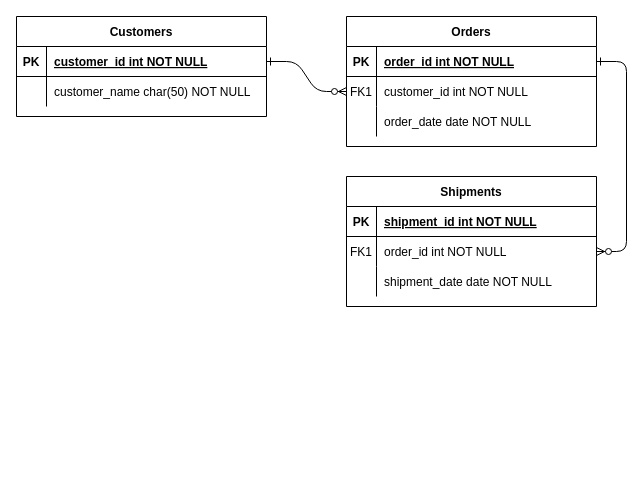
KBR0551/IPL-data-Analysis-using-Databricks-SQL keeps this draw.io diagram as data/Untitled Diagram.drawio. Above is the earlier version. Source tidied: cells renumbered, new cells numbered last; positions are measured from the earlier drawing's top-left corner, leaving out a move shared by most shapes. Both pictures are drawn from the tidied source at 100%, with x=0, y=0 at pixel (16, 16).
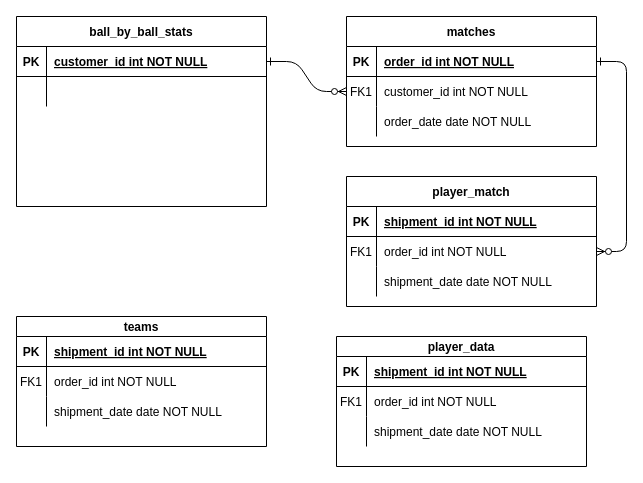
The same page after the edit.

The change refers to these unchanged cells:
```xml
<mxCell id="28" style="shape=partialRectangle;fillColor=none;top=0;left=0;right=0;bottom=0;" parent="24" vertex="1">
  <mxGeometry y="60" width="250" height="30" as="geometry" />
</mxCell>
```

The edit, as a diff of the source:
```diff
@@
-    <mxCell id="4" value="Orders" style="shape=table;startSize=30;childLayout=tableLayout;rowLines=0;fontStyle=1;align=center;" parent="1" vertex="1">
+    <mxCell id="4" value="matches" style="shape=table;startSize=30;childLayout=tableLayout;rowLines=0;fontStyle=1;align=center;" parent="1" vertex="1">
       <mxGeometry x="330" width="250" height="130" as="geometry" />
     </mxCell>
@@
-    <mxCell id="14" value="Shipments" style="shape=table;startSize=30;childLayout=tableLayout;rowLines=0;fontStyle=1;align=center;" parent="1" vertex="1">
+    <mxCell id="14" value="player_match" style="shape=table;startSize=30;childLayout=tableLayout;rowLines=0;fontStyle=1;align=center;" parent="1" vertex="1">
       <mxGeometry x="330" y="160" width="250" height="130" as="geometry" />
     </mxCell>
@@
-    <mxCell id="24" value="Customers" style="shape=table;startSize=30;childLayout=tableLayout;rowLines=0;fontStyle=1;align=center;" parent="1" vertex="1">
-      <mxGeometry width="250" height="100" as="geometry" />
+    <mxCell id="24" value="ball_by_ball_stats" style="shape=table;startSize=30;childLayout=tableLayout;rowLines=0;fontStyle=1;align=center;" parent="1" vertex="1">
+      <mxGeometry width="250" height="190" as="geometry" />
     </mxCell>
@@
-    <mxCell id="30" value="customer_name char(50) NOT NULL" style="shape=partialRectangle;overflow=hidden;fillColor=none;top=0;left=0;bottom=0;right=0;align=left;spacingLeft=6;" parent="28" vertex="1">
+    <mxCell id="30" style="shape=partialRectangle;overflow=hidden;fillColor=none;top=0;left=0;bottom=0;right=0;align=left;spacingLeft=6;" parent="28" vertex="1">
       <mxGeometry x="30" width="220" height="30" as="geometry" />
     </mxCell>
+    <mxCell id="31" value="player_data" style="shape=table;startSize=20;childLayout=tableLayout;rowLines=0;fontStyle=1;align=center;" parent="1" vertex="1">
+      <mxGeometry x="320" y="320" width="250" height="130" as="geometry" />
+    </mxCell>
+    <mxCell id="32" style="shape=partialRectangle;fillColor=none;top=0;left=0;right=0;bottom=1;" parent="31" vertex="1">
+      <mxGeometry y="20" width="250" height="30" as="geometry" />
+    </mxCell>
+    <mxCell id="33" value="PK" style="shape=partialRectangle;overflow=hidden;fillColor=none;top=0;left=0;bottom=0;right=0;fontStyle=1;" parent="32" vertex="1">
+      <mxGeometry width="30" height="30" as="geometry" />
+    </mxCell>
+    <mxCell id="34" value="shipment_id int NOT NULL " style="shape=partialRectangle;overflow=hidden;fillColor=none;top=0;left=0;bottom=0;right=0;align=left;spacingLeft=6;fontStyle=5;" parent="32" vertex="1">
+      <mxGeometry x="30" width="220" height="30" as="geometry" />
+    </mxCell>
+    <mxCell id="35" style="shape=partialRectangle;fillColor=none;top=0;left=0;right=0;bottom=0;" parent="31" vertex="1">
+      <mxGeometry y="50" width="250" height="30" as="geometry" />
+    </mxCell>
+    <mxCell id="36" value="FK1" style="shape=partialRectangle;overflow=hidden;fillColor=none;top=0;left=0;bottom=0;right=0;" parent="35" vertex="1">
+      <mxGeometry width="30" height="30" as="geometry" />
+    </mxCell>
+    <mxCell id="37" value="order_id int NOT NULL" style="shape=partialRectangle;overflow=hidden;fillColor=none;top=0;left=0;bottom=0;right=0;align=left;spacingLeft=6;" parent="35" vertex="1">
+      <mxGeometry x="30" width="220" height="30" as="geometry" />
+    </mxCell>
+    <mxCell id="38" style="shape=partialRectangle;fillColor=none;top=0;left=0;right=0;bottom=0;" parent="31" vertex="1">
+      <mxGeometry y="80" width="250" height="30" as="geometry" />
+    </mxCell>
+    <mxCell id="39" style="shape=partialRectangle;overflow=hidden;fillColor=none;top=0;left=0;bottom=0;right=0;" parent="38" vertex="1">
+      <mxGeometry width="30" height="30" as="geometry" />
+    </mxCell>
+    <mxCell id="40" value="shipment_date date NOT NULL" style="shape=partialRectangle;overflow=hidden;fillColor=none;top=0;left=0;bottom=0;right=0;align=left;spacingLeft=6;" parent="38" vertex="1">
+      <mxGeometry x="30" width="220" height="30" as="geometry" />
+    </mxCell>
+    <mxCell id="41" value="teams" style="shape=table;startSize=20;childLayout=tableLayout;rowLines=0;fontStyle=1;align=center;" parent="1" vertex="1">
+      <mxGeometry y="300" width="250" height="130" as="geometry" />
+    </mxCell>
+    <mxCell id="42" style="shape=partialRectangle;fillColor=none;top=0;left=0;right=0;bottom=1;" parent="41" vertex="1">
+      <mxGeometry y="20" width="250" height="30" as="geometry" />
+    </mxCell>
+    <mxCell id="43" value="PK" style="shape=partialRectangle;overflow=hidden;fillColor=none;top=0;left=0;bottom=0;right=0;fontStyle=1;" parent="42" vertex="1">
+      <mxGeometry width="30" height="30" as="geometry" />
+    </mxCell>
+    <mxCell id="44" value="shipment_id int NOT NULL " style="shape=partialRectangle;overflow=hidden;fillColor=none;top=0;left=0;bottom=0;right=0;align=left;spacingLeft=6;fontStyle=5;" parent="42" vertex="1">
+      <mxGeometry x="30" width="220" height="30" as="geometry" />
+    </mxCell>
+    <mxCell id="45" style="shape=partialRectangle;fillColor=none;top=0;left=0;right=0;bottom=0;" parent="41" vertex="1">
+      <mxGeometry y="50" width="250" height="30" as="geometry" />
+    </mxCell>
+    <mxCell id="46" value="FK1" style="shape=partialRectangle;overflow=hidden;fillColor=none;top=0;left=0;bottom=0;right=0;" parent="45" vertex="1">
+      <mxGeometry width="30" height="30" as="geometry" />
+    </mxCell>
+    <mxCell id="47" value="order_id int NOT NULL" style="shape=partialRectangle;overflow=hidden;fillColor=none;top=0;left=0;bottom=0;right=0;align=left;spacingLeft=6;" parent="45" vertex="1">
+      <mxGeometry x="30" width="220" height="30" as="geometry" />
+    </mxCell>
+    <mxCell id="48" style="shape=partialRectangle;fillColor=none;top=0;left=0;right=0;bottom=0;" parent="41" vertex="1">
+      <mxGeometry y="80" width="250" height="30" as="geometry" />
+    </mxCell>
+    <mxCell id="49" style="shape=partialRectangle;overflow=hidden;fillColor=none;top=0;left=0;bottom=0;right=0;" parent="48" vertex="1">
+      <mxGeometry width="30" height="30" as="geometry" />
+    </mxCell>
+    <mxCell id="50" value="shipment_date date NOT NULL" style="shape=partialRectangle;overflow=hidden;fillColor=none;top=0;left=0;bottom=0;right=0;align=left;spacingLeft=6;" parent="48" vertex="1">
+      <mxGeometry x="30" width="220" height="30" as="geometry" />
+    </mxCell>
```
